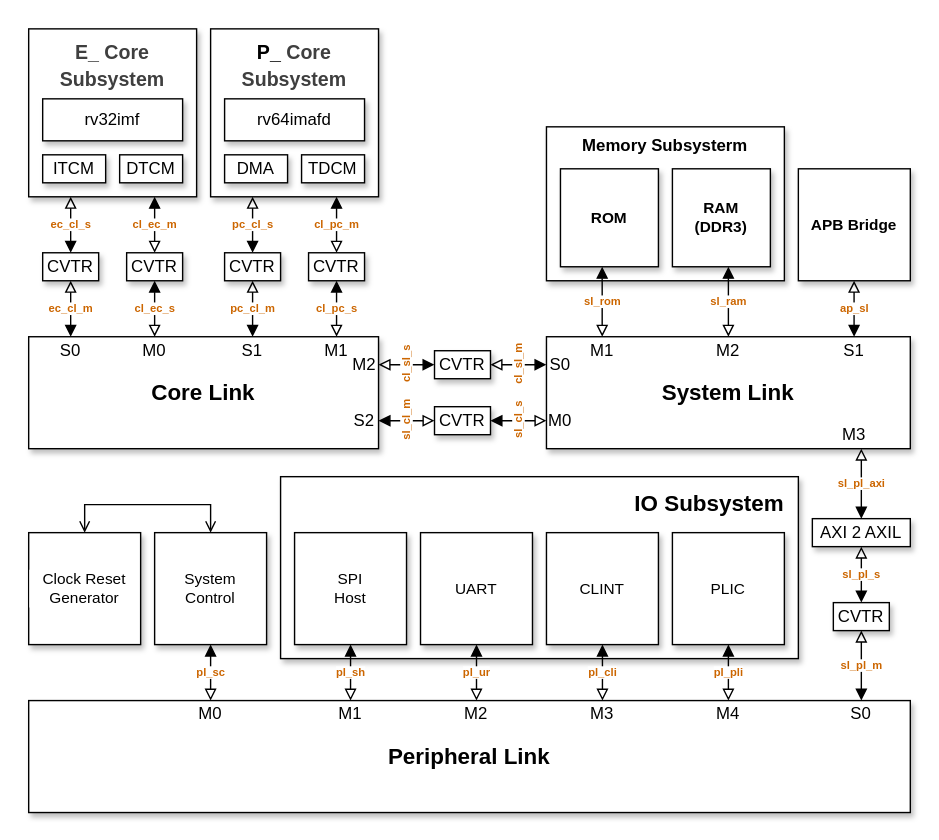
TecknozBD/Hyper-Titan keeps this draw.io diagram as document/svg/detailed_architecture.svg. Above is the earlier version. Source tidied: cells renumbered, new cells last; positions are measured from the earlier drawing's top-left corner, leaving out a move shared by most shapes.
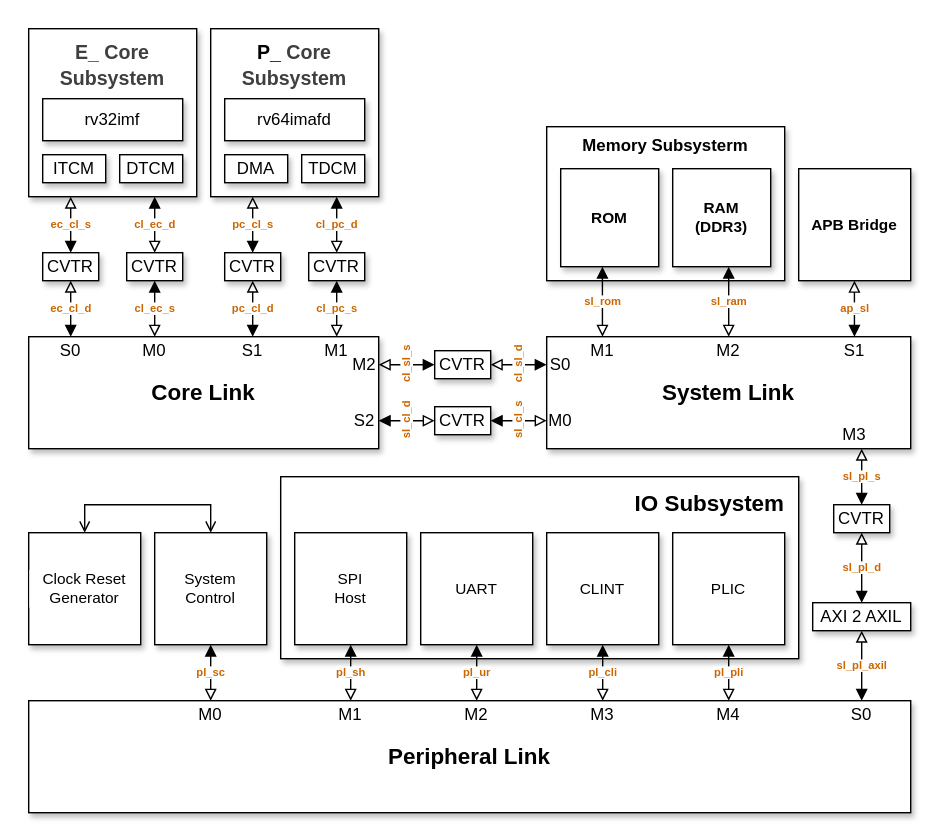
The same file after the commit.

Commit message:
Refactor type definitions in hyper_titan_pkg.sv

- Updated request and response type definitions for various components to improve clarity and consistency.
- Renamed existing types to follow a more structured naming convention, ensuring better alignment with the overall architecture.
- Added new type definitions for additional components, enhancing the modularity and readability of the package.

Diff of the diagram source:
```diff
@@ -21,13 +21,13 @@
     <mxCell id="8" value="&lt;div&gt;&lt;span style=&quot;font-size: 14px;&quot;&gt;P_&lt;/span&gt;&lt;span style=&quot;color: rgb(63, 63, 63); font-size: 14px; background-color: transparent;&quot;&gt;Core&lt;/span&gt;&lt;/div&gt;&lt;div&gt;&lt;span style=&quot;color: rgb(63, 63, 63); font-size: 14px; background-color: transparent;&quot;&gt;Subsystem&lt;/span&gt;&lt;/div&gt;" style="rounded=0;whiteSpace=wrap;html=1;fontStyle=1;fontSize=16;shadow=1;verticalAlign=top;" parent="3" vertex="1">
       <mxGeometry x="150" y="20" width="120" height="120" as="geometry" />
     </mxCell>
-    <mxCell id="9" value="sl_cl_m" style="edgeStyle=orthogonalEdgeStyle;shape=connector;rounded=0;jettySize=auto;html=1;exitX=1;exitY=0.75;exitDx=0;exitDy=0;entryX=0;entryY=0.5;entryDx=0;entryDy=0;strokeColor=default;align=center;verticalAlign=middle;fontFamily=Helvetica;fontSize=8;fontColor=#CC6600;labelBackgroundColor=default;startArrow=block;startFill=1;endArrow=block;endFill=0;horizontal=0;fontStyle=1;" parent="3" edge="1" source="6" target="34">
+    <mxCell id="9" value="sl_cl_d" style="edgeStyle=orthogonalEdgeStyle;shape=connector;rounded=0;jettySize=auto;html=1;exitX=1;exitY=0.75;exitDx=0;exitDy=0;entryX=0;entryY=0.5;entryDx=0;entryDy=0;strokeColor=default;align=center;verticalAlign=middle;fontFamily=Helvetica;fontSize=8;fontColor=#CC6600;labelBackgroundColor=default;startArrow=block;startFill=1;endArrow=block;endFill=0;horizontal=0;fontStyle=1;" parent="3" edge="1" source="6" target="34">
       <mxGeometry relative="1" as="geometry" />
     </mxCell>
     <mxCell id="10" value="CVTR" style="rounded=0;whiteSpace=wrap;html=1;shadow=1;" parent="3" vertex="1">
       <mxGeometry x="30" y="180" width="40" height="20" as="geometry" />
     </mxCell>
-    <mxCell id="11" value="cl_sl_m" style="edgeStyle=orthogonalEdgeStyle;shape=connector;rounded=0;jettySize=auto;html=1;exitX=0;exitY=0.25;exitDx=0;exitDy=0;entryX=1;entryY=0.5;entryDx=0;entryDy=0;strokeColor=default;align=center;verticalAlign=middle;fontFamily=Helvetica;fontSize=8;fontColor=#CC6600;labelBackgroundColor=default;startArrow=block;startFill=1;endArrow=block;endFill=0;horizontal=0;fontStyle=1;" parent="3" edge="1" source="12" target="32">
+    <mxCell id="11" value="cl_sl_d" style="edgeStyle=orthogonalEdgeStyle;shape=connector;rounded=0;jettySize=auto;html=1;exitX=0;exitY=0.25;exitDx=0;exitDy=0;entryX=1;entryY=0.5;entryDx=0;entryDy=0;strokeColor=default;align=center;verticalAlign=middle;fontFamily=Helvetica;fontSize=8;fontColor=#CC6600;labelBackgroundColor=default;startArrow=block;startFill=1;endArrow=block;endFill=0;horizontal=0;fontStyle=1;" parent="3" edge="1" source="12" target="32">
       <mxGeometry relative="1" as="geometry" />
     </mxCell>
     <mxCell id="12" value="System Link" style="rounded=0;whiteSpace=wrap;html=1;fontFamily=Helvetica;fontSize=16;fontColor=default;labelBackgroundColor=default;fontStyle=1;shadow=1;" parent="3" vertex="1">
@@ -64,8 +64,11 @@
     <mxCell id="18" value="Peripheral Link" style="rounded=0;whiteSpace=wrap;html=1;fontFamily=Helvetica;fontSize=16;fontColor=default;labelBackgroundColor=default;fontStyle=1;shadow=1;" parent="3" vertex="1">
       <mxGeometry x="20" y="500" width="630" height="80" as="geometry" />
     </mxCell>
-    <mxCell id="19" value="sl_pl_axi" style="rounded=0;jettySize=auto;html=1;endArrow=block;endFill=0;startArrow=block;startFill=1;entryX=0.75;entryY=1;entryDx=0;entryDy=0;fontSize=8;fontStyle=1;fontColor=#CC6600;" parent="3" edge="1" source="29" target="62">
-      <mxGeometry relative="1" as="geometry" />
+    <mxCell id="19" value="sl_pl_axil" style="rounded=0;orthogonalLoop=1;jettySize=auto;html=1;endArrow=block;endFill=0;startArrow=block;startFill=1;entryX=0.75;entryY=1;entryDx=0;entryDy=0;fontSize=8;fontStyle=1;fontColor=#CC6600;" parent="3" edge="1">
+      <mxGeometry relative="1" as="geometry">
+        <mxPoint x="615" y="500" as="sourcePoint" />
+        <mxPoint x="615" y="450" as="targetPoint" />
+      </mxGeometry>
     </mxCell>
     <mxCell id="20" value="&lt;b&gt;APB Bridge&lt;/b&gt;" style="rounded=0;whiteSpace=wrap;html=1;fontFamily=Helvetica;fontSize=11;fontColor=default;labelBackgroundColor=default;shadow=1;" parent="3" vertex="1">
       <mxGeometry x="570" y="120" width="80" height="80" as="geometry" />
@@ -110,17 +113,16 @@
       </mxGeometry>
     </mxCell>
     <mxCell id="27" value="&lt;span style=&quot;color: rgb(0, 0, 0);&quot;&gt;CVTR&lt;/span&gt;" style="rounded=0;whiteSpace=wrap;html=1;shadow=1;" parent="3" vertex="1">
-      <mxGeometry x="595" y="430" width="40" height="20" as="geometry" />
+      <mxGeometry x="595" y="360" width="40" height="20" as="geometry" />
     </mxCell>
-    <mxCell id="28" value="sl_pl_s" style="rounded=0;jettySize=auto;html=1;endArrow=block;endFill=0;startArrow=block;startFill=1;fontSize=8;fontStyle=1;fontColor=#CC6600;" parent="3" edge="1" source="27" target="29">
-      <mxGeometry relative="1" as="geometry" />
+    <mxCell id="28" value="sl_pl_s" style="rounded=0;jettySize=auto;html=1;endArrow=block;endFill=0;startArrow=block;startFill=1;fontSize=8;fontStyle=1;fontColor=#CC6600;" parent="3" edge="1" source="27">
+      <mxGeometry relative="1" as="geometry">
+        <mxPoint x="615" y="320" as="targetPoint" />
+      </mxGeometry>
     </mxCell>
-    <mxCell id="29" value="AXI 2 AXIL" style="rounded=0;whiteSpace=wrap;html=1;shadow=1;" parent="3" vertex="1">
-      <mxGeometry x="580" y="370" width="70" height="20" as="geometry" />
-    </mxCell>
-    <mxCell id="30" value="sl_pl_m" style="rounded=0;jettySize=auto;html=1;endArrow=block;endFill=0;startArrow=block;startFill=1;fontSize=8;fontStyle=1;fontColor=#CC6600;" parent="3" edge="1" target="27">
+    <mxCell id="30" value="sl_pl_d" style="rounded=0;jettySize=auto;html=1;endArrow=block;endFill=0;startArrow=block;startFill=1;fontSize=8;fontStyle=1;fontColor=#CC6600;" parent="3" edge="1" target="27">
       <mxGeometry relative="1" as="geometry">
-        <mxPoint x="615" y="500" as="sourcePoint" />
+        <mxPoint x="615" y="430" as="sourcePoint" />
       </mxGeometry>
     </mxCell>
     <mxCell id="31" value="cl_sl_s" style="edgeStyle=orthogonalEdgeStyle;shape=connector;rounded=0;jettySize=auto;html=1;entryX=1;entryY=0.25;entryDx=0;entryDy=0;strokeColor=default;align=center;verticalAlign=middle;fontFamily=Helvetica;fontSize=8;fontColor=#CC6600;labelBackgroundColor=default;startArrow=block;startFill=1;endArrow=block;endFill=0;horizontal=0;fontStyle=1;" parent="3" edge="1" source="32" target="6">
@@ -165,7 +167,7 @@
         <mxPoint x="110" y="240" as="targetPoint" />
       </mxGeometry>
     </mxCell>
-    <mxCell id="40" value="cl_ec_m" style="rounded=0;orthogonalLoop=1;jettySize=auto;html=1;endArrow=block;endFill=0;startArrow=block;startFill=1;fontSize=8;fontStyle=1;fontColor=#CC6600;" parent="3" edge="1">
+    <mxCell id="40" value="cl_ec_d" style="rounded=0;orthogonalLoop=1;jettySize=auto;html=1;endArrow=block;endFill=0;startArrow=block;startFill=1;fontSize=8;fontStyle=1;fontColor=#CC6600;" parent="3" edge="1">
       <mxGeometry relative="1" as="geometry">
         <mxPoint x="110" y="140" as="sourcePoint" />
         <mxPoint x="110" y="180" as="targetPoint" />
@@ -174,7 +176,7 @@
     <mxCell id="41" value="&lt;span style=&quot;color: rgb(0, 0, 0);&quot;&gt;CVTR&lt;/span&gt;" style="rounded=0;whiteSpace=wrap;html=1;shadow=1;" parent="3" vertex="1">
       <mxGeometry x="160" y="180" width="40" height="20" as="geometry" />
     </mxCell>
-    <mxCell id="42" value="pc_cl_m" style="rounded=0;orthogonalLoop=1;jettySize=auto;html=1;endArrow=block;endFill=0;startArrow=block;startFill=1;fontSize=8;fontStyle=1;fontColor=#CC6600;" parent="3" edge="1">
+    <mxCell id="42" value="pc_cl_d" style="rounded=0;orthogonalLoop=1;jettySize=auto;html=1;endArrow=block;endFill=0;startArrow=block;startFill=1;fontSize=8;fontStyle=1;fontColor=#CC6600;" parent="3" edge="1">
       <mxGeometry relative="1" as="geometry">
         <mxPoint x="180" y="240" as="sourcePoint" />
         <mxPoint x="180" y="200" as="targetPoint" />
@@ -195,7 +197,7 @@
         <mxPoint x="240" y="240" as="targetPoint" />
       </mxGeometry>
     </mxCell>
-    <mxCell id="46" value="cl_pc_m" style="rounded=0;orthogonalLoop=1;jettySize=auto;html=1;endArrow=block;endFill=0;startArrow=block;startFill=1;fontSize=8;fontStyle=1;fontColor=#CC6600;" parent="3" edge="1">
+    <mxCell id="46" value="cl_pc_d" style="rounded=0;orthogonalLoop=1;jettySize=auto;html=1;endArrow=block;endFill=0;startArrow=block;startFill=1;fontSize=8;fontStyle=1;fontColor=#CC6600;" parent="3" edge="1">
       <mxGeometry relative="1" as="geometry">
         <mxPoint x="240" y="140" as="sourcePoint" />
         <mxPoint x="240" y="180" as="targetPoint" />
@@ -299,11 +301,14 @@
     <mxCell id="74" value="rv64imafd" style="whiteSpace=wrap;html=1;shadow=1;" parent="3" vertex="1">
       <mxGeometry x="160" y="70" width="100" height="30" as="geometry" />
     </mxCell>
-    <mxCell id="75" value="ec_cl_m" style="rounded=0;orthogonalLoop=1;jettySize=auto;html=1;endArrow=block;endFill=0;startArrow=block;startFill=1;fontSize=8;fontStyle=1;fontColor=#CC6600;" parent="3" edge="1">
+    <mxCell id="75" value="ec_cl_d" style="rounded=0;orthogonalLoop=1;jettySize=auto;html=1;endArrow=block;endFill=0;startArrow=block;startFill=1;fontSize=8;fontStyle=1;fontColor=#CC6600;" parent="3" edge="1">
       <mxGeometry relative="1" as="geometry">
         <mxPoint x="50" y="240" as="sourcePoint" />
         <mxPoint x="50" y="200" as="targetPoint" />
       </mxGeometry>
     </mxCell>
+    <mxCell id="29" value="AXI 2 AXIL" style="rounded=0;whiteSpace=wrap;html=1;shadow=1;" parent="3" vertex="1">
+      <mxGeometry x="580" y="430" width="70" height="20" as="geometry" />
+    </mxCell>
   </root>
 </mxGraphModel>
```
